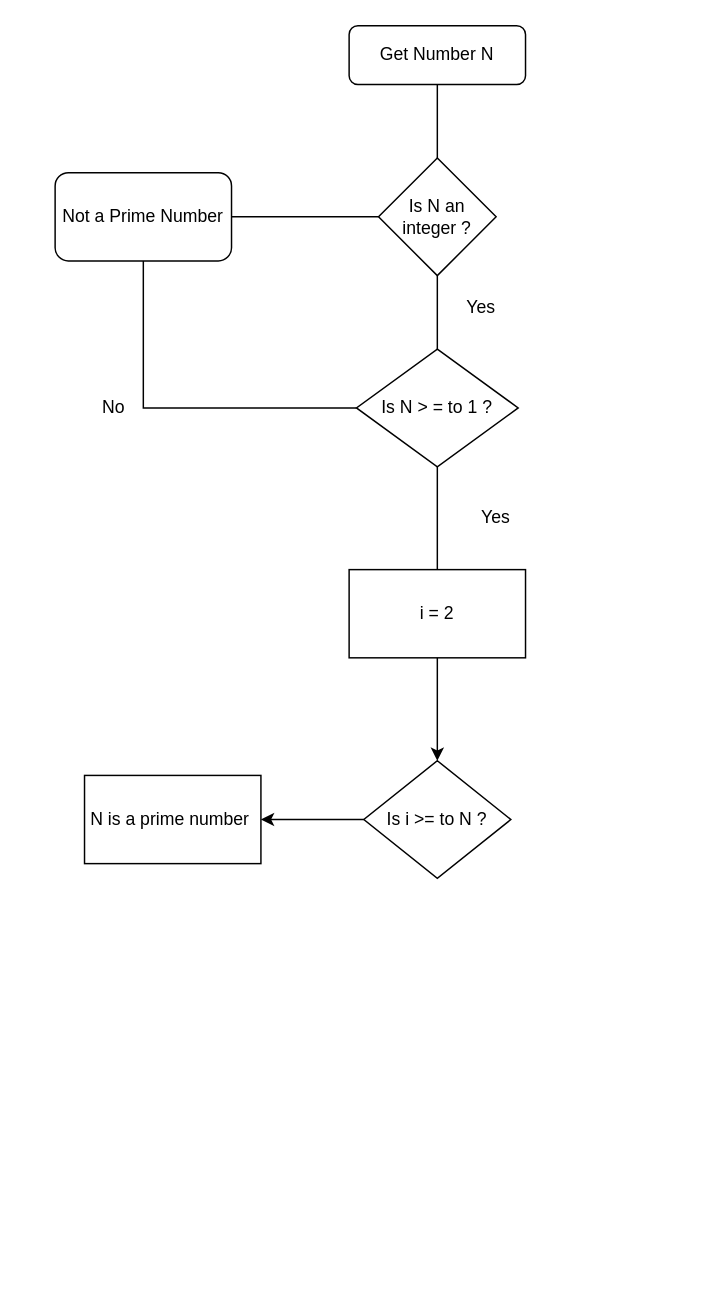
Above: Module1/Lab3/Diagramme sans nom.drawio in clementpilastre/IronClement (draw.io), before the change. Source tidied: cells renumbered, new cells numbered last; positions are measured from the earlier drawing's top-left corner, leaving out a move shared by most shapes. Both pictures are drawn from the tidied source at 147%, with x=0, y=0 at pixel (54, 25).
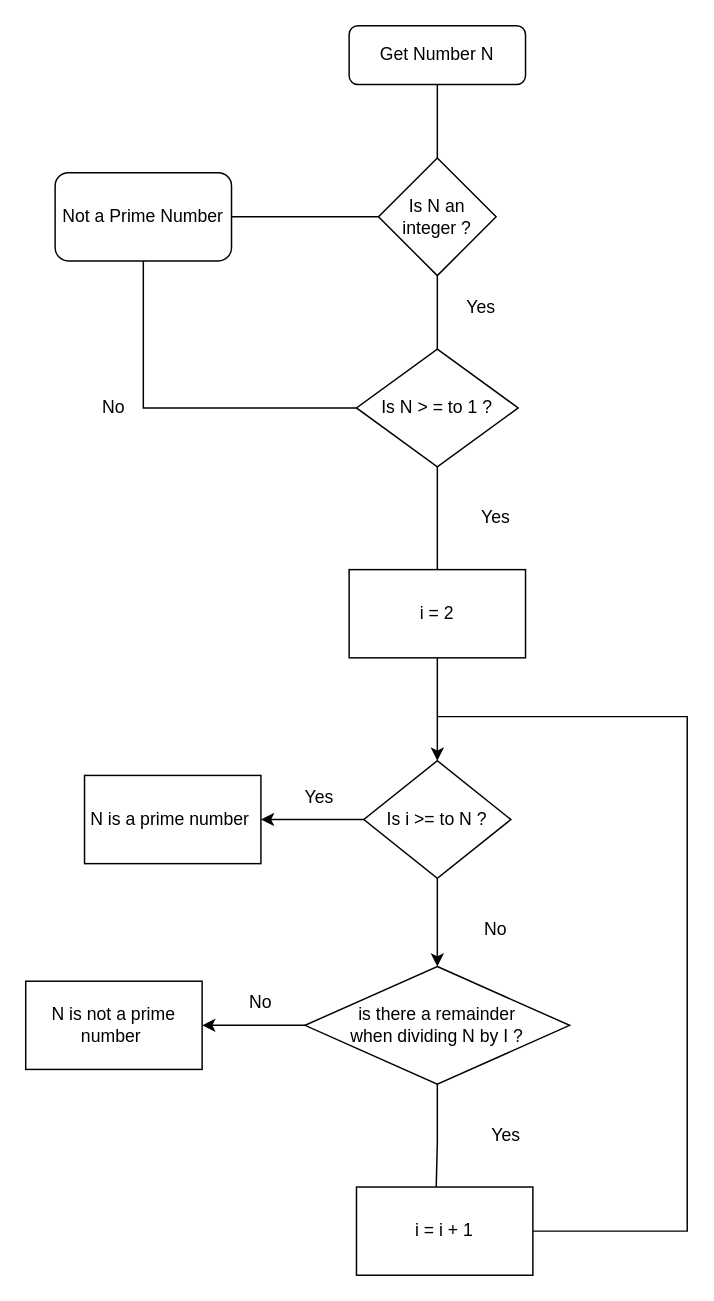
The same page after the edit.

Commit message:
Mettre à jour Diagramme sans nom.drawio

The change refers to these unchanged cells:
```xml
<mxCell id="17" value="Is i &amp;gt;= to N ?" style="rhombus;whiteSpace=wrap;html=1;rounded=0;" parent="1" vertex="1">
  <mxGeometry x="210" y="500" width="100" height="80" as="geometry" />
</mxCell>
```

Change to the diagram source:
```diff
@@
+    <mxCell id="19" style="edgeStyle=orthogonalEdgeStyle;rounded=0;jettySize=auto;html=1;" parent="1" edge="1" source="17" target="20">
+      <mxGeometry relative="1" as="geometry" />
+    </mxCell>
@@
+    <mxCell id="20" value="is there a remainder &lt;br&gt;when dividing N by I ?" style="rhombus;whiteSpace=wrap;html=1;rounded=0;" parent="1" vertex="1">
+      <mxGeometry x="170" y="640" width="180" height="80" as="geometry" />
+    </mxCell>
+    <mxCell id="21" value="Yes" style="text;html=1;strokeColor=none;fillColor=none;align=center;verticalAlign=middle;whiteSpace=wrap;rounded=0;" parent="1" vertex="1">
+      <mxGeometry x="150" y="510" width="60" height="30" as="geometry" />
+    </mxCell>
+    <mxCell id="22" value="No" style="text;html=1;strokeColor=none;fillColor=none;align=center;verticalAlign=middle;whiteSpace=wrap;rounded=0;" parent="1" vertex="1">
+      <mxGeometry x="270" y="600" width="60" height="30" as="geometry" />
+    </mxCell>
+    <mxCell id="23" value="N is not a prime number&amp;nbsp;" style="whiteSpace=wrap;html=1;rounded=0;" parent="1" vertex="1">
+      <mxGeometry x="-20" y="650" width="120" height="60" as="geometry" />
+    </mxCell>
+    <mxCell id="24" style="endArrow=classic;html=1;rounded=0;entryX=1;entryY=0.5;entryDx=0;entryDy=0;" parent="1" edge="1" source="20" target="23">
+      <mxGeometry relative="1" as="geometry" />
+    </mxCell>
+    <mxCell id="25" value="No" style="text;html=1;strokeColor=none;fillColor=none;align=center;verticalAlign=middle;whiteSpace=wrap;rounded=0;" parent="1" vertex="1">
+      <mxGeometry x="110" y="650" width="60" height="30" as="geometry" />
+    </mxCell>
+    <mxCell id="26" value="Yes" style="text;html=1;strokeColor=none;fillColor=none;align=center;verticalAlign=middle;whiteSpace=wrap;rounded=0;" parent="1" vertex="1">
+      <mxGeometry x="277" y="740" width="60" height="30" as="geometry" />
+    </mxCell>
+    <mxCell id="27" style="edgeStyle=orthogonalEdgeStyle;rounded=0;jettySize=auto;html=1;exitX=0.5;exitY=1;exitDx=0;exitDy=0;" parent="1" edge="1" source="20">
+      <mxGeometry relative="1" as="geometry">
+        <mxPoint x="259" y="800" as="targetPoint" />
+      </mxGeometry>
+    </mxCell>
+    <mxCell id="28" style="rounded=0;whiteSpace=wrap;html=1;" parent="1" vertex="1">
+      <mxGeometry x="205" y="790" width="120" height="60" as="geometry" />
+    </mxCell>
+    <mxCell id="29" value="i = i + 1" style="text;html=1;strokeColor=none;fillColor=none;align=center;verticalAlign=middle;whiteSpace=wrap;rounded=0;" parent="1" vertex="1">
+      <mxGeometry x="235" y="805" width="60" height="30" as="geometry" />
+    </mxCell>
+    <mxCell id="30" style="endArrow=none;html=1;rounded=0;exitX=1;exitY=0.5;exitDx=0;exitDy=0;" parent="1" edge="1" source="28">
+      <mxGeometry relative="1" as="geometry">
+        <mxPoint x="260" y="470" as="targetPoint" />
+        <Array as="points">
+          <mxPoint x="430" y="820" />
+          <mxPoint x="430" y="470" />
+        </Array>
+      </mxGeometry>
+    </mxCell>
```
